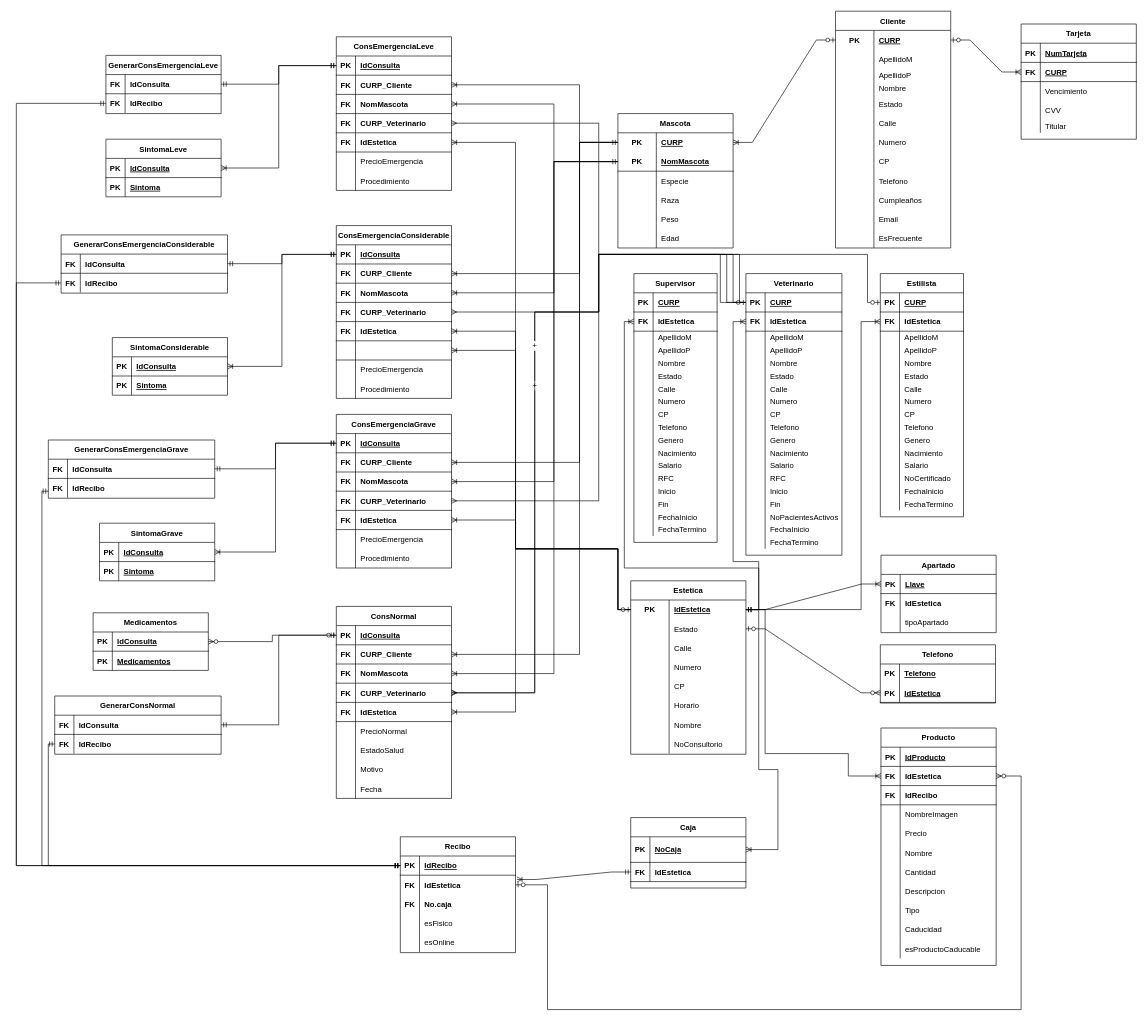
Above: RelacionalAlfa.drawio in FBD-Alfa/Practica05 (draw.io), before the change. Source tidied: cells renumbered, new cells numbered last; positions are measured from the earlier drawing's top-left corner, leaving out a move shared by most shapes. Both pictures are drawn from the tidied source at 64%, with x=0, y=0 at pixel (16, 11).
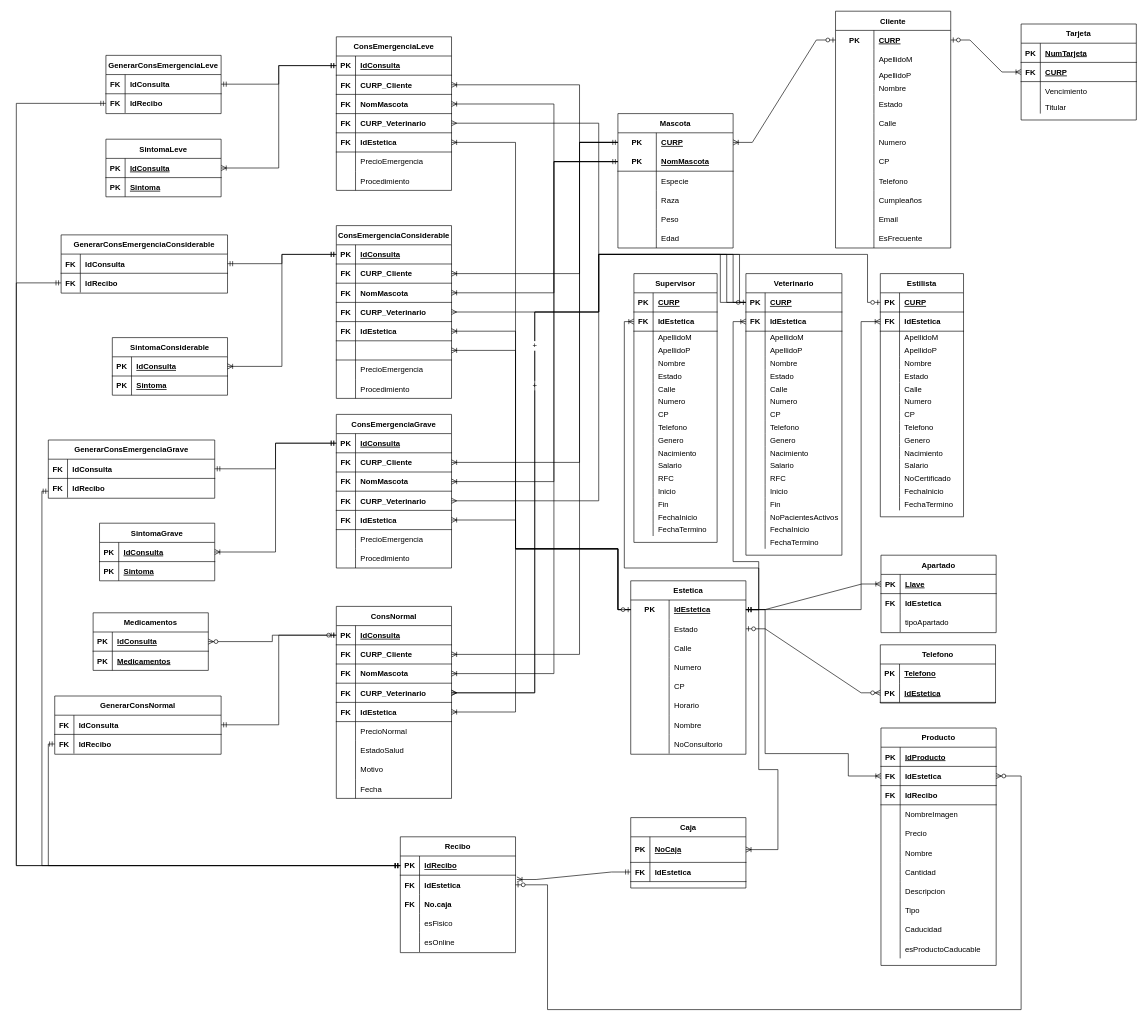
After the change.

Commit message:
Elimina cvv de Tarjeta

What changed in the source:
```diff
@@
     <mxCell id="243" value="Tarjeta" style="shape=table;startSize=30;childLayout=tableLayout;rowLines=0;fontStyle=1;align=center;" parent="1" vertex="1">
-      <mxGeometry x="1570" y="20" width="180" height="180" as="geometry" />
+      <mxGeometry x="1570" y="20" width="180" height="150" as="geometry" />
     </mxCell>
@@
-    <mxCell id="253" style="shape=tableRow;horizontal=0;startSize=0;swimlaneHead=0;swimlaneBody=0;fillColor=none;top=0;left=0;right=0;bottom=0;" parent="243" vertex="1">
-      <mxGeometry y="120" width="180" height="30" as="geometry" />
-    </mxCell>
-    <mxCell id="254" style="shape=partialRectangle;fillColor=none;top=0;left=0;bottom=0;right=0;overflow=hidden;" parent="253" vertex="1">
-      <mxGeometry width="30" height="30" as="geometry" />
-    </mxCell>
-    <mxCell id="255" value="CVV" style="shape=partialRectangle;fillColor=none;top=0;left=0;bottom=0;right=0;align=left;spacingLeft=6;overflow=hidden;" parent="253" vertex="1">
-      <mxGeometry x="30" width="150" height="30" as="geometry" />
-    </mxCell>
     <mxCell id="256" style="shape=tableRow;horizontal=0;startSize=0;swimlaneHead=0;swimlaneBody=0;fillColor=none;top=0;left=0;right=0;bottom=0;" parent="243" vertex="1">
-      <mxGeometry y="150" width="180" height="20" as="geometry" />
+      <mxGeometry y="120" width="180" height="20" as="geometry" />
     </mxCell>
```
